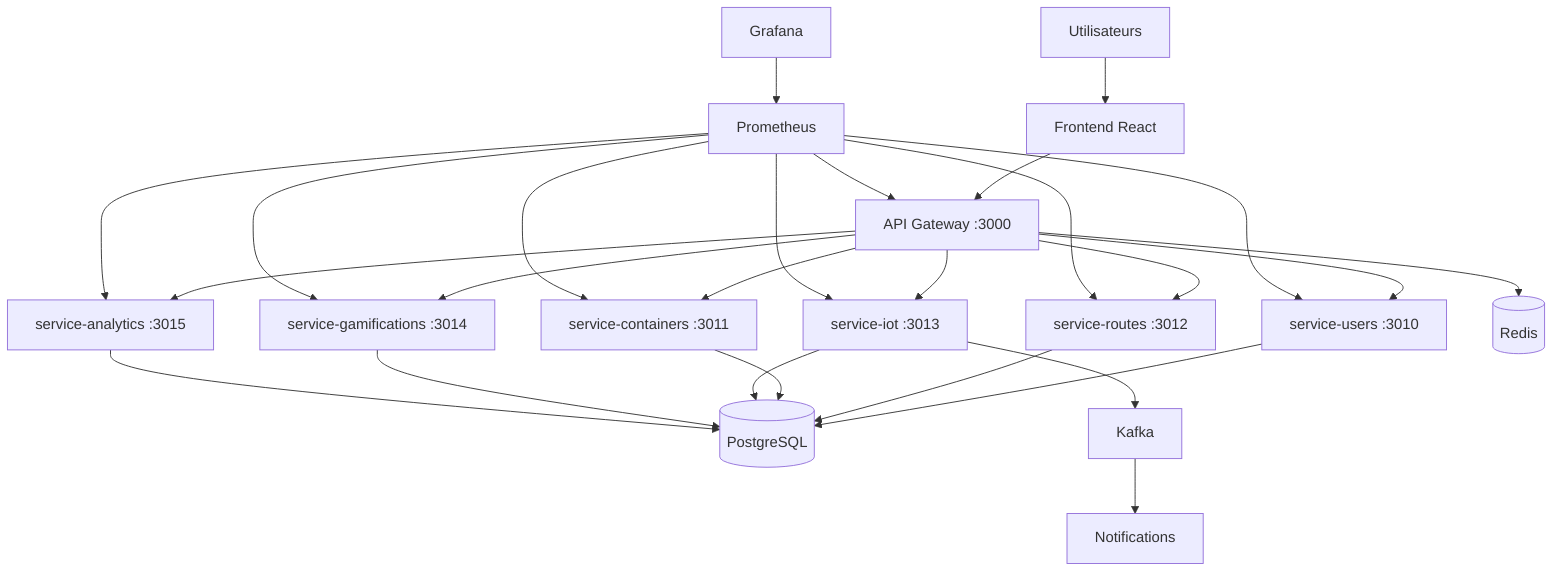
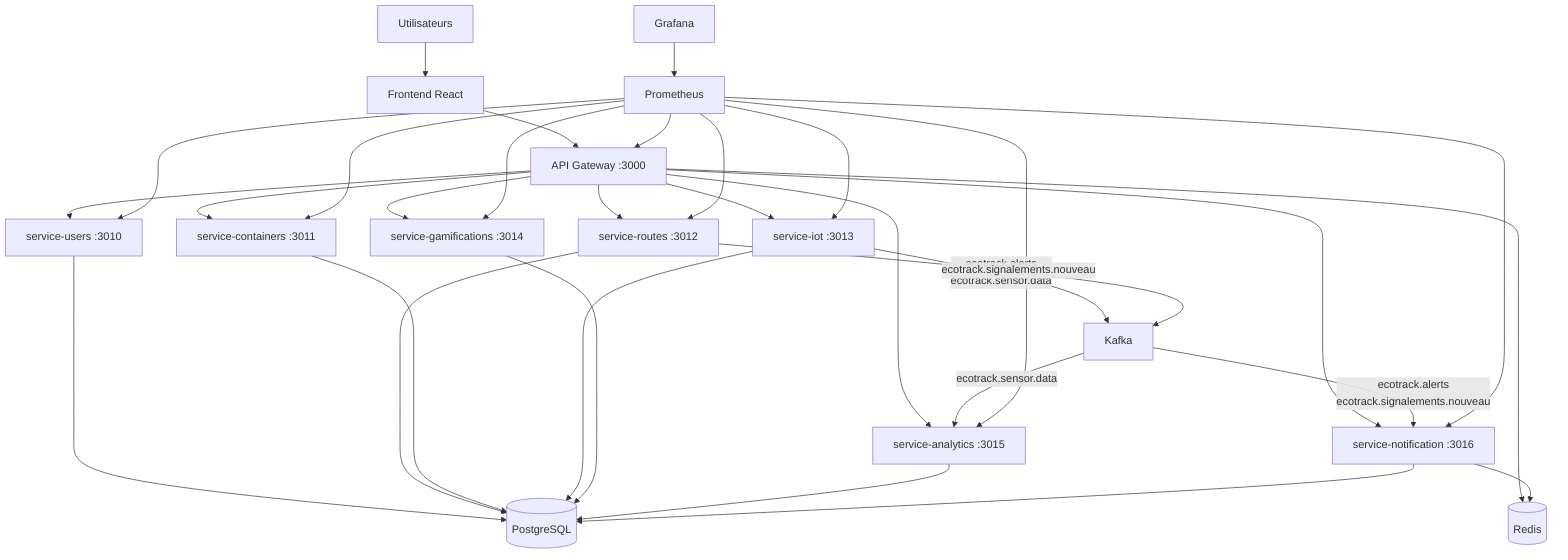
flowchart TD
    U[Utilisateurs] --> FE[Frontend React]
    FE --> API[API Gateway :3000]

    API --> S1[service-users :3010]
    API --> S2[service-routes :3012]
    API --> S3[service-containers :3011]
    API --> S4[service-iot :3013]
    API --> S5[service-gamifications :3014]
    API --> S6[service-analytics :3015]
+     API --> S7[service-notification :3016]

    S1 --> PG[(PostgreSQL)]
    S2 --> PG
    S3 --> PG
    S4 --> PG
    S5 --> PG
    S6 --> PG
+     S7 --> PG

    API --> R[(Redis)]
+     S7 --> R

-     S4 --> K[Kafka]
-     K --> N[Notifications]
+     S4 -->|"ecotrack.alerts<br/>ecotrack.sensor.data"| K[Kafka]
+     S2 -->|"ecotrack.signalements.nouveau"| K
+     K -->|"ecotrack.alerts<br/>ecotrack.signalements.nouveau"| S7
+     K -->|"ecotrack.sensor.data"| S6

    P[Prometheus] --> API
    P --> S1
    P --> S2
    P --> S3
    P --> S4
    P --> S5
    P --> S6
+     P --> S7

    G[Grafana] --> P
